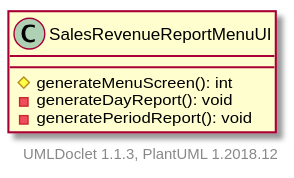
Above: projects/oodp/html/umlversion/uml/sg.edu.ntu.scse.cz2002.ui.SalesRevenueReportMenuUI.svg in itachi1706/How-to-use-Git-NTUSCSE1819-Site (PlantUML), before the change.
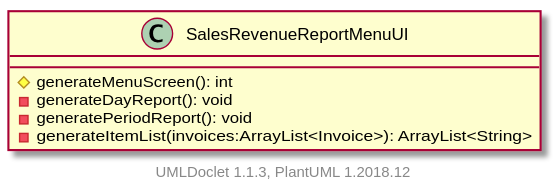
After the commit.

Change to the diagram source:
```diff
@@ -4,6 +4,7 @@
         #generateMenuScreen(): int
         -generateDayReport(): void
         -generatePeriodReport(): void
+        -generateItemList(invoices:ArrayList<Invoice>): ArrayList<String>
     }
 
 
```
